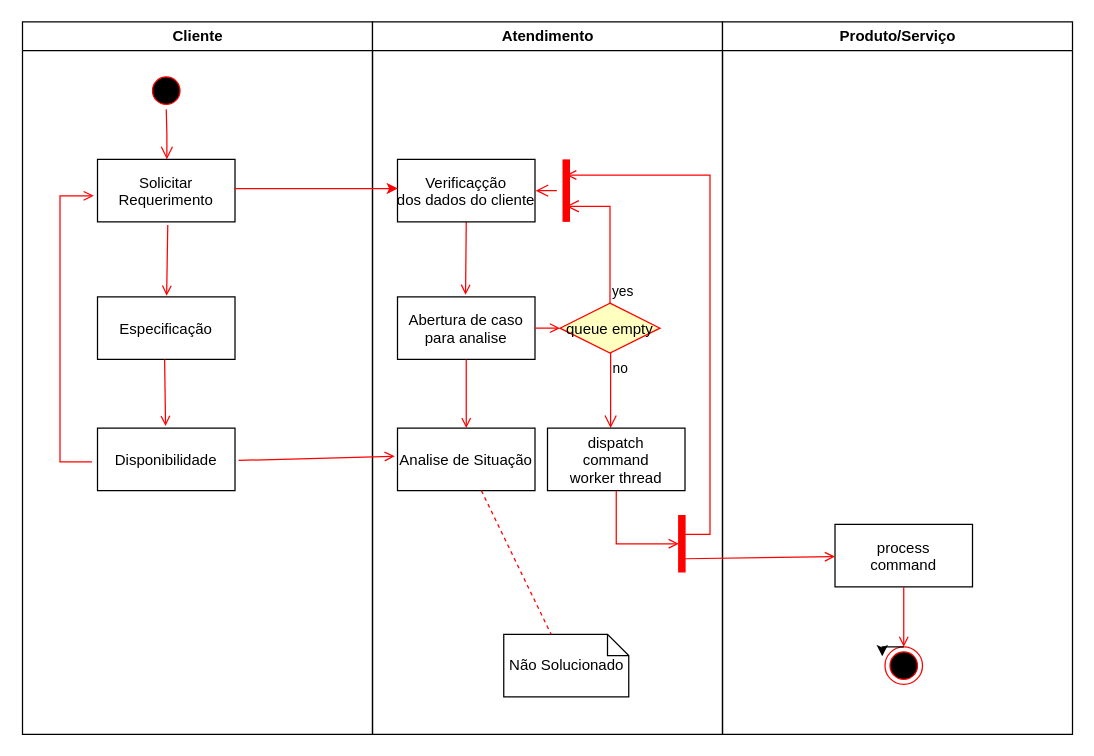
Above: Diagrama sem nome.drawio in BrennoA/Diagram-de-atividades (draw.io), before the change. Source tidied: cells renumbered, new cells numbered last; positions are measured from the earlier drawing's top-left corner, leaving out a move shared by most shapes. Both pictures are drawn from the tidied source at 125%, with x=0, y=0 at pixel (21, 21).
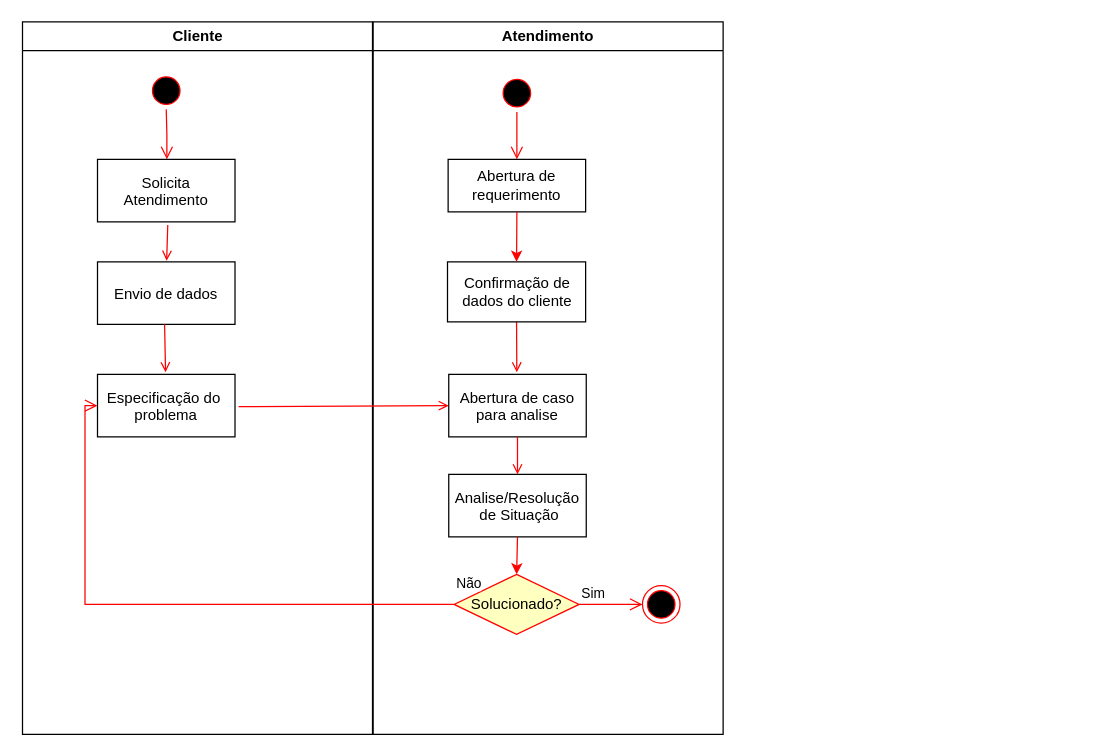
Above is the later version.

The change refers to these unchanged cells:
```xml
<mxCell id="2" value="Cliente" style="swimlane;whiteSpace=wrap;" parent="1" vertex="1">
  <mxGeometry x="0.5" width="280" height="570" as="geometry" />
</mxCell>
```

Diff of the diagram source:
```diff
@@
-    <mxCell id="5" value="Solicitar&#10;Requerimento" parent="2" vertex="1">
+    <mxCell id="5" value="Solicita&#10;Atendimento" parent="2" vertex="1">
       <mxGeometry x="60" y="110" width="110" height="50" as="geometry" />
     </mxCell>
-    <mxCell id="6" value="Especificação" parent="2" vertex="1">
-      <mxGeometry x="60" y="220" width="110" height="50" as="geometry" />
+    <mxCell id="6" value="Envio de dados" parent="2" vertex="1">
+      <mxGeometry x="60" y="192" width="110" height="50" as="geometry" />
     </mxCell>
@@
-    <mxCell id="8" value="Disponibilidade" parent="2" vertex="1">
-      <mxGeometry x="60" y="325" width="110" height="50" as="geometry" />
+    <mxCell id="8" value="Especificação do &#10;problema" parent="2" vertex="1">
+      <mxGeometry x="60" y="282" width="110" height="50" as="geometry" />
     </mxCell>
@@
-    <mxCell id="10" style="edgeStyle=elbowEdgeStyle;elbow=horizontal;strokeColor=#FF0000;endArrow=open;endFill=1;rounded=0;entryX=-0.027;entryY=0.583;entryDx=0;entryDy=0;entryPerimeter=0;" parent="2" edge="1" target="5">
-      <mxGeometry relative="1" as="geometry">
-        <mxPoint x="55.5" y="352" as="sourcePoint" />
-        <Array as="points">
-          <mxPoint x="30" y="250" />
-        </Array>
-      </mxGeometry>
-    </mxCell>
     <mxCell id="11" value="Atendimento" style="swimlane;whiteSpace=wrap;" parent="1" vertex="1">
-      <mxGeometry x="280.5" width="280" height="570" as="geometry" />
+      <mxGeometry x="281" width="280" height="570" as="geometry" />
     </mxCell>
     <mxCell id="12" value="Abertura de caso&#10;para analise" parent="11" vertex="1">
-      <mxGeometry x="20" y="220" width="110" height="50" as="geometry" />
+      <mxGeometry x="60.5" y="282" width="110" height="50" as="geometry" />
     </mxCell>
-    <mxCell id="13" style="endArrow=open;strokeColor=#FF0000;endFill=1;rounded=0;exitX=0.5;exitY=1;exitDx=0;exitDy=0;exitPerimeter=0;entryX=0.495;entryY=-0.033;entryDx=0;entryDy=0;entryPerimeter=0;" parent="11" edge="1" source="27" target="12">
-      <mxGeometry relative="1" as="geometry" />
-    </mxCell>
-    <mxCell id="14" value="Analise de Situação" parent="11" vertex="1">
-      <mxGeometry x="20" y="325" width="110" height="50" as="geometry" />
+    <mxCell id="14" value="Analise/Resolução&#10; de Situação" parent="11" vertex="1">
+      <mxGeometry x="60.5" y="362" width="110" height="50" as="geometry" />
     </mxCell>
@@
-    <mxCell id="16" value="queue empty" style="rhombus;fillColor=#ffffc0;strokeColor=#ff0000;" parent="11" vertex="1">
-      <mxGeometry x="150" y="225" width="80" height="40" as="geometry" />
-    </mxCell>
-    <mxCell id="17" value="yes" style="edgeStyle=elbowEdgeStyle;elbow=horizontal;align=left;verticalAlign=bottom;endArrow=open;endSize=8;strokeColor=#FF0000;exitX=0.5;exitY=0;endFill=1;rounded=0;entryX=0.75;entryY=0.5;entryPerimeter=0;" parent="11" edge="1" source="16" target="20">
-      <mxGeometry x="-1" relative="1" as="geometry">
-        <Array as="points">
-          <mxPoint x="190" y="180" />
-        </Array>
-      </mxGeometry>
-    </mxCell>
-    <mxCell id="18" value="no" style="edgeStyle=elbowEdgeStyle;elbow=horizontal;align=left;verticalAlign=top;endArrow=open;endSize=8;strokeColor=#FF0000;endFill=1;rounded=0;" parent="11" edge="1" source="16" target="22">
-      <mxGeometry x="-1" relative="1" as="geometry" />
-    </mxCell>
-    <mxCell id="19" style="endArrow=open;strokeColor=#FF0000;endFill=1;rounded=0;" parent="11" edge="1" source="12" target="16">
-      <mxGeometry relative="1" as="geometry" />
-    </mxCell>
-    <mxCell id="20" style="shape=line;strokeWidth=6;strokeColor=#ff0000;rotation=90;" parent="11" vertex="1">
-      <mxGeometry x="130" y="127.5" width="50" height="15" as="geometry" />
-    </mxCell>
-    <mxCell id="21" style="edgeStyle=elbowEdgeStyle;elbow=horizontal;verticalAlign=bottom;endArrow=open;endSize=8;strokeColor=#FF0000;endFill=1;rounded=0;" parent="11" edge="1" source="20">
-      <mxGeometry x="130" y="90" as="geometry">
-        <mxPoint x="130" y="135" as="targetPoint" />
-      </mxGeometry>
-    </mxCell>
-    <mxCell id="22" value="dispatch&#10;command&#10;worker thread" parent="11" vertex="1">
-      <mxGeometry x="140" y="325" width="110" height="50" as="geometry" />
-    </mxCell>
-    <mxCell id="23" value="Não Solucionado" style="shape=note;whiteSpace=wrap;size=17;" parent="11" vertex="1">
-      <mxGeometry x="105" y="490" width="100" height="50" as="geometry" />
-    </mxCell>
-    <mxCell id="24" style="endArrow=none;strokeColor=#FF0000;endFill=0;rounded=0;dashed=1;" parent="11" edge="1" source="14" target="23">
-      <mxGeometry relative="1" as="geometry" />
-    </mxCell>
-    <mxCell id="25" style="whiteSpace=wrap;strokeColor=#FF0000;fillColor=#FF0000;" parent="11" vertex="1">
-      <mxGeometry x="245" y="395" width="5" height="45" as="geometry" />
-    </mxCell>
-    <mxCell id="26" style="edgeStyle=elbowEdgeStyle;elbow=horizontal;entryX=0;entryY=0.5;strokeColor=#FF0000;endArrow=open;endFill=1;rounded=0;" parent="11" edge="1" source="22" target="25">
-      <mxGeometry relative="1" as="geometry">
-        <Array as="points">
-          <mxPoint x="195" y="400" />
-        </Array>
-      </mxGeometry>
-    </mxCell>
-    <mxCell id="27" value="Verificaçção&#10;dos dados do cliente" style="fillColor=rgb(255, 255, 255);strokeColor=rgb(0, 0, 0);fontColor=rgb(0, 0, 0);" parent="11" vertex="1">
-      <mxGeometry x="20" y="110" width="110" height="50" as="geometry" />
-    </mxCell>
-    <mxCell id="28" value="Produto/Serviço" style="swimlane;whiteSpace=wrap;" parent="1" vertex="1">
-      <mxGeometry x="560.5" width="280" height="570" as="geometry" />
-    </mxCell>
-    <mxCell id="29" value="process&#10;command" parent="28" vertex="1">
-      <mxGeometry x="90" y="402" width="110" height="50" as="geometry" />
-    </mxCell>
-    <mxCell id="30" style="edgeStyle=elbowEdgeStyle;elbow=horizontal;strokeColor=#FF0000;endArrow=open;endFill=1;rounded=0;entryX=0.25;entryY=0.5;entryPerimeter=0;" parent="28" edge="1" target="20">
-      <mxGeometry relative="1" as="geometry">
-        <mxPoint x="-30" y="410" as="sourcePoint" />
-        <Array as="points">
-          <mxPoint x="-10" y="135" />
-        </Array>
-      </mxGeometry>
-    </mxCell>
-    <mxCell id="31" style="edgeStyle=none;strokeColor=#FF0000;endArrow=open;endFill=1;rounded=0;" parent="28" edge="1" target="29">
-      <mxGeometry relative="1" as="geometry">
-        <mxPoint x="-30" y="429.5" as="sourcePoint" />
-      </mxGeometry>
-    </mxCell>
+    <mxCell id="37" style="ellipse;html=1;shape=startState;fillColor=#000000;strokeColor=#ff0000;" parent="11" vertex="1">
+      <mxGeometry x="100" y="42" width="30" height="30" as="geometry" />
+    </mxCell>
+    <mxCell id="38" style="edgeStyle=orthogonalEdgeStyle;html=1;verticalAlign=bottom;endArrow=open;endSize=8;strokeColor=#ff0000;rounded=0;entryX=0.5;entryY=0;entryDx=0;entryDy=0;" parent="11" edge="1" source="37" target="42">
+      <mxGeometry relative="1" as="geometry" />
+    </mxCell>
+    <mxCell id="39" value="Sim" style="edgeStyle=orthogonalEdgeStyle;html=1;align=left;verticalAlign=bottom;endArrow=open;endSize=8;strokeColor=#ff0000;rounded=0;entryX=0;entryY=0.5;entryDx=0;entryDy=0;" parent="11" edge="1" source="40" target="32">
+      <mxGeometry x="-1" relative="1" as="geometry" />
+    </mxCell>
+    <mxCell id="40" value="Solucionado?" style="rhombus;whiteSpace=wrap;html=1;fillColor=#ffffc0;strokeColor=#ff0000;" parent="11" vertex="1">
+      <mxGeometry x="64.8" y="442" width="100" height="48" as="geometry" />
+    </mxCell>
+    <mxCell id="41" style="endArrow=classic;html=1;rounded=0;strokeColor=#FF0000;entryX=0.5;entryY=0;entryDx=0;entryDy=0;exitX=0.5;exitY=1;exitDx=0;exitDy=0;" parent="11" edge="1" source="14" target="40">
+      <mxGeometry relative="1" as="geometry" />
+    </mxCell>
-    <mxCell id="32" style="ellipse;shape=endState;fillColor=#000000;strokeColor=#ff0000;" parent="28" vertex="1">
-      <mxGeometry x="130" y="500" width="30" height="30" as="geometry" />
+    <mxCell id="32" style="ellipse;shape=endState;fillColor=#000000;strokeColor=#ff0000;" parent="11" vertex="1">
+      <mxGeometry x="215.5" y="451" width="30" height="30" as="geometry" />
     </mxCell>
-    <mxCell id="33" style="endArrow=open;strokeColor=#FF0000;endFill=1;rounded=0;" parent="28" edge="1" source="29" target="32">
-      <mxGeometry relative="1" as="geometry" />
-    </mxCell>
-    <mxCell id="34" style="edgeStyle=orthogonalEdgeStyle;rounded=0;orthogonalLoop=1;jettySize=auto;html=1;exitX=0.5;exitY=0;exitDx=0;exitDy=0;entryX=-0.072;entryY=0.25;entryDx=0;entryDy=0;entryPerimeter=0;" parent="28" edge="1" source="32" target="32">
-      <mxGeometry relative="1" as="geometry" />
-    </mxCell>
+    <mxCell id="13" style="endArrow=open;strokeColor=#FF0000;endFill=1;rounded=0;exitX=0.5;exitY=1;exitDx=0;exitDy=0;entryX=0.495;entryY=-0.033;entryDx=0;entryDy=0;entryPerimeter=0;" parent="11" edge="1" source="43" target="12">
+      <mxGeometry relative="1" as="geometry" />
+    </mxCell>
+    <mxCell id="42" value="Abertura de requerimento" style="rounded=0;whiteSpace=wrap;html=1;" parent="11" vertex="1">
+      <mxGeometry x="60" y="110" width="110" height="42" as="geometry" />
+    </mxCell>
+    <mxCell id="43" value="Confirmação de dados do cliente" style="rounded=0;whiteSpace=wrap;html=1;" parent="11" vertex="1">
+      <mxGeometry x="59.5" y="192" width="110.5" height="48" as="geometry" />
+    </mxCell>
+    <mxCell id="44" style="endArrow=classic;html=1;rounded=0;strokeColor=#FF0000;exitX=0.5;exitY=1;exitDx=0;exitDy=0;entryX=0.5;entryY=0;entryDx=0;entryDy=0;" parent="11" edge="1" source="42" target="43">
+      <mxGeometry relative="1" as="geometry" />
+    </mxCell>
-    <mxCell id="35" style="endArrow=open;strokeColor=#FF0000;endFill=1;rounded=0;entryX=-0.02;entryY=0.45;entryDx=0;entryDy=0;entryPerimeter=0;exitX=1.026;exitY=0.517;exitDx=0;exitDy=0;exitPerimeter=0;" parent="1" edge="1" source="8" target="14">
+    <mxCell id="35" style="endArrow=open;strokeColor=#FF0000;endFill=1;rounded=0;entryX=0;entryY=0.5;entryDx=0;entryDy=0;exitX=1.026;exitY=0.517;exitDx=0;exitDy=0;exitPerimeter=0;" parent="1" edge="1" source="8" target="12">
       <mxGeometry relative="1" as="geometry" />
     </mxCell>
-    <mxCell id="36" style="edgeStyle=orthogonalEdgeStyle;rounded=0;jettySize=auto;html=1;entryX=0.003;entryY=0.467;entryDx=0;entryDy=0;entryPerimeter=0;fontColor=#FF3333;labelBackgroundColor=#FF0000;labelBorderColor=#FF0000;verticalAlign=middle;exitX=0.995;exitY=0.467;exitDx=0;exitDy=0;exitPerimeter=0;strokeColor=#FF0000;" parent="1" edge="1" source="5" target="27">
-      <mxGeometry relative="1" as="geometry" />
-    </mxCell>
+    <mxCell id="45" value="Não" style="edgeStyle=orthogonalEdgeStyle;html=1;align=left;verticalAlign=top;endArrow=open;endSize=8;strokeColor=#ff0000;rounded=0;exitX=0;exitY=0.5;exitDx=0;exitDy=0;entryX=0;entryY=0.5;entryDx=0;entryDy=0;" parent="1" edge="1" source="40" target="8">
+      <mxGeometry x="-1" y="-30" relative="1" as="geometry" />
+    </mxCell>
```
